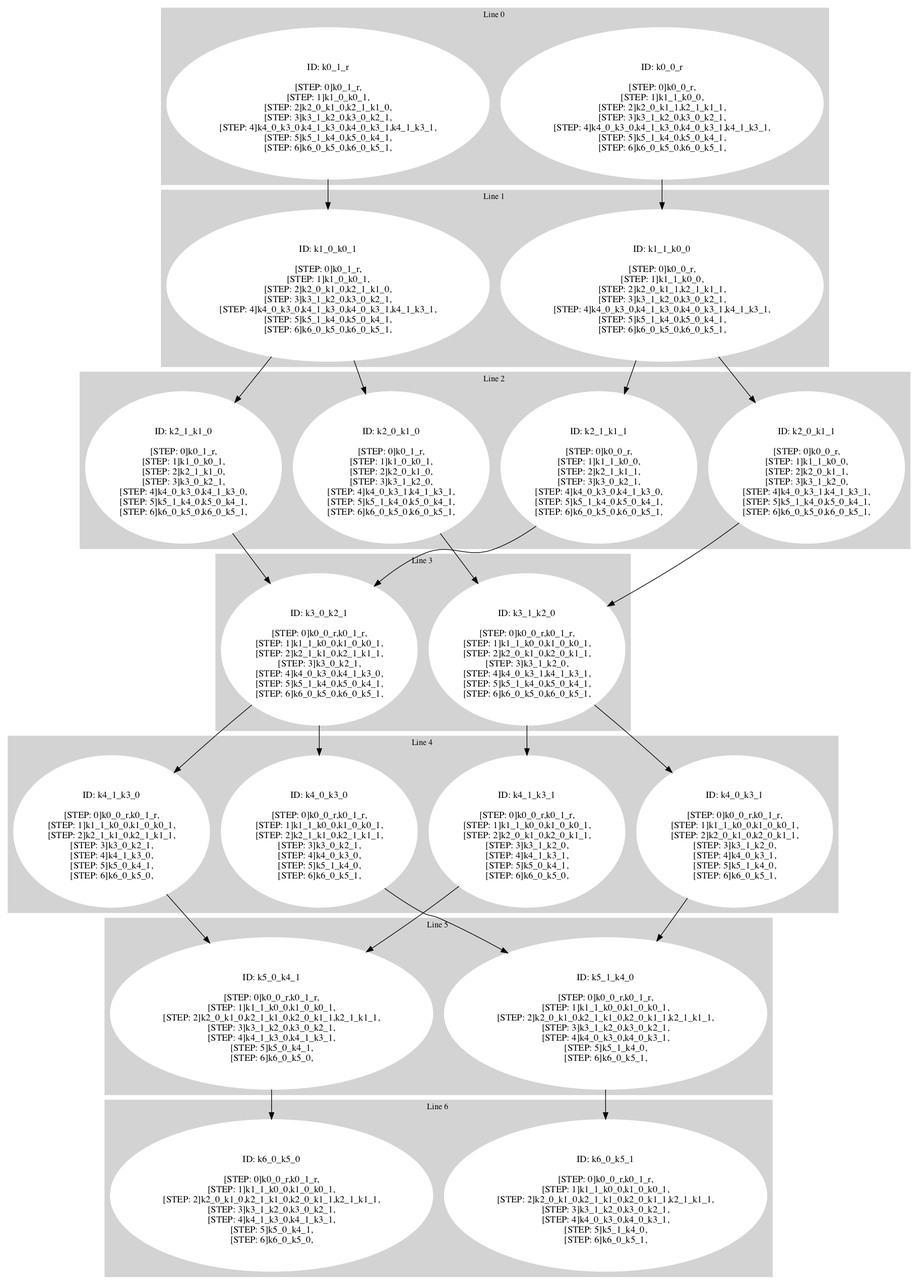
Above: test_visual/sat_machine_simple_init.png in ricardombiot/3sat_machine_original_rs (Graphviz), before the change. Its source is kept beside it as test_visual/sat_machine_simple_init.dot.
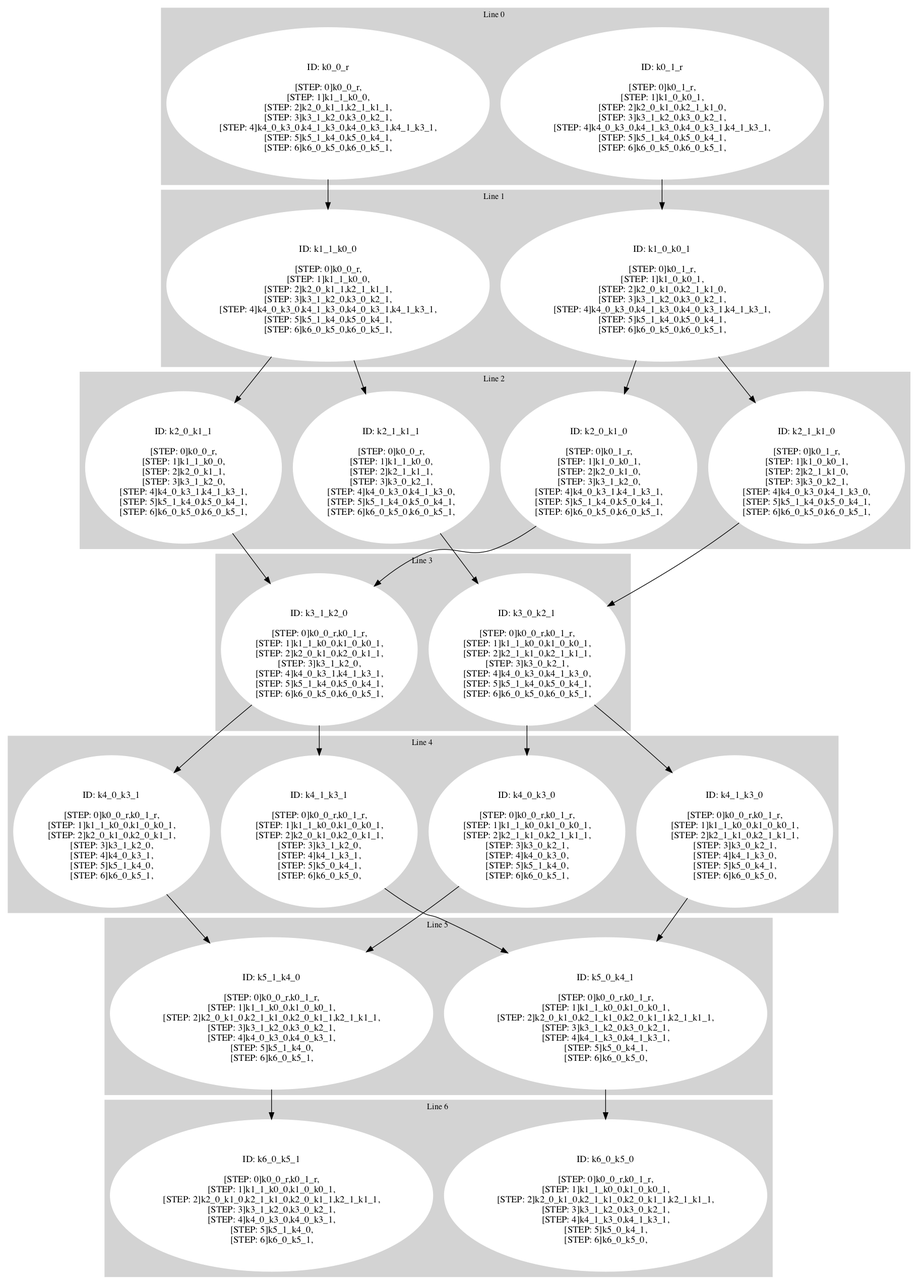
The same file after the commit.

Change to the diagram source:
```diff
@@ -4,18 +4,18 @@
  style=filled;
  color=lightgrey;
      node [style=filled,color=white];
-k0_0_r [label=<<BR /> ID: k0_0_r <BR /> <BR />
-[STEP: 0]k0_0_r,<BR />
-[STEP: 1]k1_1_k0_0,<BR />
-[STEP: 2]k2_0_k1_1,k2_1_k1_1,<BR />
+k0_1_r [label=<<BR /> ID: k0_1_r <BR /> <BR />
+[STEP: 0]k0_1_r,<BR />
+[STEP: 1]k1_0_k0_1,<BR />
+[STEP: 2]k2_0_k1_0,k2_1_k1_0,<BR />
 [STEP: 3]k3_1_k2_0,k3_0_k2_1,<BR />
 [STEP: 4]k4_0_k3_0,k4_1_k3_0,k4_0_k3_1,k4_1_k3_1,<BR />
 [STEP: 5]k5_1_k4_0,k5_0_k4_1,<BR />
 [STEP: 6]k6_0_k5_0,k6_0_k5_1,<BR />
->]k0_1_r [label=<<BR /> ID: k0_1_r <BR /> <BR />
-[STEP: 0]k0_1_r,<BR />
-[STEP: 1]k1_0_k0_1,<BR />
-[STEP: 2]k2_0_k1_0,k2_1_k1_0,<BR />
+>]k0_0_r [label=<<BR /> ID: k0_0_r <BR /> <BR />
+[STEP: 0]k0_0_r,<BR />
+[STEP: 1]k1_1_k0_0,<BR />
+[STEP: 2]k2_0_k1_1,k2_1_k1_1,<BR />
 [STEP: 3]k3_1_k2_0,k3_0_k2_1,<BR />
 [STEP: 4]k4_0_k3_0,k4_1_k3_0,k4_0_k3_1,k4_1_k3_1,<BR />
 [STEP: 5]k5_1_k4_0,k5_0_k4_1,<BR />
@@ -52,12 +52,12 @@
  style=filled;
  color=lightgrey;
      node [style=filled,color=white];
-k2_0_k1_1 [label=<<BR /> ID: k2_0_k1_1 <BR /> <BR />
+k2_1_k1_1 [label=<<BR /> ID: k2_1_k1_1 <BR /> <BR />
 [STEP: 0]k0_0_r,<BR />
 [STEP: 1]k1_1_k0_0,<BR />
-[STEP: 2]k2_0_k1_1,<BR />
-[STEP: 3]k3_1_k2_0,<BR />
-[STEP: 4]k4_0_k3_1,k4_1_k3_1,<BR />
+[STEP: 2]k2_1_k1_1,<BR />
+[STEP: 3]k3_0_k2_1,<BR />
+[STEP: 4]k4_0_k3_0,k4_1_k3_0,<BR />
 [STEP: 5]k5_1_k4_0,k5_0_k4_1,<BR />
 [STEP: 6]k6_0_k5_0,k6_0_k5_1,<BR />
 >]k2_0_k1_0 [label=<<BR /> ID: k2_0_k1_0 <BR /> <BR />
@@ -68,20 +68,20 @@
 [STEP: 4]k4_0_k3_1,k4_1_k3_1,<BR />
 [STEP: 5]k5_1_k4_0,k5_0_k4_1,<BR />
 [STEP: 6]k6_0_k5_0,k6_0_k5_1,<BR />
->]k2_1_k1_1 [label=<<BR /> ID: k2_1_k1_1 <BR /> <BR />
-[STEP: 0]k0_0_r,<BR />
-[STEP: 1]k1_1_k0_0,<BR />
-[STEP: 2]k2_1_k1_1,<BR />
-[STEP: 3]k3_0_k2_1,<BR />
-[STEP: 4]k4_0_k3_0,k4_1_k3_0,<BR />
-[STEP: 5]k5_1_k4_0,k5_0_k4_1,<BR />
-[STEP: 6]k6_0_k5_0,k6_0_k5_1,<BR />
 >]k2_1_k1_0 [label=<<BR /> ID: k2_1_k1_0 <BR /> <BR />
 [STEP: 0]k0_1_r,<BR />
 [STEP: 1]k1_0_k0_1,<BR />
 [STEP: 2]k2_1_k1_0,<BR />
 [STEP: 3]k3_0_k2_1,<BR />
 [STEP: 4]k4_0_k3_0,k4_1_k3_0,<BR />
+[STEP: 5]k5_1_k4_0,k5_0_k4_1,<BR />
+[STEP: 6]k6_0_k5_0,k6_0_k5_1,<BR />
+>]k2_0_k1_1 [label=<<BR /> ID: k2_0_k1_1 <BR /> <BR />
+[STEP: 0]k0_0_r,<BR />
+[STEP: 1]k1_1_k0_0,<BR />
+[STEP: 2]k2_0_k1_1,<BR />
+[STEP: 3]k3_1_k2_0,<BR />
+[STEP: 4]k4_0_k3_1,k4_1_k3_1,<BR />
 [STEP: 5]k5_1_k4_0,k5_0_k4_1,<BR />
 [STEP: 6]k6_0_k5_0,k6_0_k5_1,<BR />
 >]
@@ -92,20 +92,20 @@
  style=filled;
  color=lightgrey;
      node [style=filled,color=white];
-k3_1_k2_0 [label=<<BR /> ID: k3_1_k2_0 <BR /> <BR />
+k3_0_k2_1 [label=<<BR /> ID: k3_0_k2_1 <BR /> <BR />
+[STEP: 0]k0_0_r,k0_1_r,<BR />
+[STEP: 1]k1_1_k0_0,k1_0_k0_1,<BR />
+[STEP: 2]k2_1_k1_0,k2_1_k1_1,<BR />
+[STEP: 3]k3_0_k2_1,<BR />
+[STEP: 4]k4_0_k3_0,k4_1_k3_0,<BR />
+[STEP: 5]k5_1_k4_0,k5_0_k4_1,<BR />
+[STEP: 6]k6_0_k5_0,k6_0_k5_1,<BR />
+>]k3_1_k2_0 [label=<<BR /> ID: k3_1_k2_0 <BR /> <BR />
 [STEP: 0]k0_0_r,k0_1_r,<BR />
 [STEP: 1]k1_1_k0_0,k1_0_k0_1,<BR />
 [STEP: 2]k2_0_k1_0,k2_0_k1_1,<BR />
 [STEP: 3]k3_1_k2_0,<BR />
 [STEP: 4]k4_0_k3_1,k4_1_k3_1,<BR />
-[STEP: 5]k5_1_k4_0,k5_0_k4_1,<BR />
-[STEP: 6]k6_0_k5_0,k6_0_k5_1,<BR />
->]k3_0_k2_1 [label=<<BR /> ID: k3_0_k2_1 <BR /> <BR />
-[STEP: 0]k0_0_r,k0_1_r,<BR />
-[STEP: 1]k1_1_k0_0,k1_0_k0_1,<BR />
-[STEP: 2]k2_1_k1_0,k2_1_k1_1,<BR />
-[STEP: 3]k3_0_k2_1,<BR />
-[STEP: 4]k4_0_k3_0,k4_1_k3_0,<BR />
 [STEP: 5]k5_1_k4_0,k5_0_k4_1,<BR />
 [STEP: 6]k6_0_k5_0,k6_0_k5_1,<BR />
 >]
@@ -116,12 +116,12 @@
  style=filled;
  color=lightgrey;
      node [style=filled,color=white];
-k4_1_k3_0 [label=<<BR /> ID: k4_1_k3_0 <BR /> <BR />
+k4_1_k3_1 [label=<<BR /> ID: k4_1_k3_1 <BR /> <BR />
 [STEP: 0]k0_0_r,k0_1_r,<BR />
 [STEP: 1]k1_1_k0_0,k1_0_k0_1,<BR />
-[STEP: 2]k2_1_k1_0,k2_1_k1_1,<BR />
-[STEP: 3]k3_0_k2_1,<BR />
-[STEP: 4]k4_1_k3_0,<BR />
+[STEP: 2]k2_0_k1_0,k2_0_k1_1,<BR />
+[STEP: 3]k3_1_k2_0,<BR />
+[STEP: 4]k4_1_k3_1,<BR />
 [STEP: 5]k5_0_k4_1,<BR />
 [STEP: 6]k6_0_k5_0,<BR />
 >]k4_0_k3_1 [label=<<BR /> ID: k4_0_k3_1 <BR /> <BR />
@@ -132,12 +132,12 @@
 [STEP: 4]k4_0_k3_1,<BR />
 [STEP: 5]k5_1_k4_0,<BR />
 [STEP: 6]k6_0_k5_1,<BR />
->]k4_1_k3_1 [label=<<BR /> ID: k4_1_k3_1 <BR /> <BR />
+>]k4_1_k3_0 [label=<<BR /> ID: k4_1_k3_0 <BR /> <BR />
 [STEP: 0]k0_0_r,k0_1_r,<BR />
 [STEP: 1]k1_1_k0_0,k1_0_k0_1,<BR />
-[STEP: 2]k2_0_k1_0,k2_0_k1_1,<BR />
-[STEP: 3]k3_1_k2_0,<BR />
-[STEP: 4]k4_1_k3_1,<BR />
+[STEP: 2]k2_1_k1_0,k2_1_k1_1,<BR />
+[STEP: 3]k3_0_k2_1,<BR />
+[STEP: 4]k4_1_k3_0,<BR />
 [STEP: 5]k5_0_k4_1,<BR />
 [STEP: 6]k6_0_k5_0,<BR />
 >]k4_0_k3_0 [label=<<BR /> ID: k4_0_k3_0 <BR /> <BR />
@@ -156,7 +156,15 @@
  style=filled;
  color=lightgrey;
      node [style=filled,color=white];
-k5_1_k4_0 [label=<<BR /> ID: k5_1_k4_0 <BR /> <BR />
+k5_0_k4_1 [label=<<BR /> ID: k5_0_k4_1 <BR /> <BR />
+[STEP: 0]k0_0_r,k0_1_r,<BR />
+[STEP: 1]k1_1_k0_0,k1_0_k0_1,<BR />
+[STEP: 2]k2_0_k1_0,k2_1_k1_0,k2_0_k1_1,k2_1_k1_1,<BR />
+[STEP: 3]k3_1_k2_0,k3_0_k2_1,<BR />
+[STEP: 4]k4_1_k3_0,k4_1_k3_1,<BR />
+[STEP: 5]k5_0_k4_1,<BR />
+[STEP: 6]k6_0_k5_0,<BR />
+>]k5_1_k4_0 [label=<<BR /> ID: k5_1_k4_0 <BR /> <BR />
 [STEP: 0]k0_0_r,k0_1_r,<BR />
 [STEP: 1]k1_1_k0_0,k1_0_k0_1,<BR />
 [STEP: 2]k2_0_k1_0,k2_1_k1_0,k2_0_k1_1,k2_1_k1_1,<BR />
@@ -164,7 +172,23 @@
 [STEP: 4]k4_0_k3_0,k4_0_k3_1,<BR />
 [STEP: 5]k5_1_k4_0,<BR />
 [STEP: 6]k6_0_k5_1,<BR />
->]k5_0_k4_1 [label=<<BR /> ID: k5_0_k4_1 <BR /> <BR />
+>]
+     fontsize="12"
+     label = "Line 5 "
+ }
+subgraph cluster_line_6 {
+ style=filled;
+ color=lightgrey;
+     node [style=filled,color=white];
+k6_0_k5_1 [label=<<BR /> ID: k6_0_k5_1 <BR /> <BR />
+[STEP: 0]k0_0_r,k0_1_r,<BR />
+[STEP: 1]k1_1_k0_0,k1_0_k0_1,<BR />
+[STEP: 2]k2_0_k1_0,k2_1_k1_0,k2_0_k1_1,k2_1_k1_1,<BR />
+[STEP: 3]k3_1_k2_0,k3_0_k2_1,<BR />
+[STEP: 4]k4_0_k3_0,k4_0_k3_1,<BR />
+[STEP: 5]k5_1_k4_0,<BR />
+[STEP: 6]k6_0_k5_1,<BR />
+>]k6_0_k5_0 [label=<<BR /> ID: k6_0_k5_0 <BR /> <BR />
 [STEP: 0]k0_0_r,k0_1_r,<BR />
 [STEP: 1]k1_1_k0_0,k1_0_k0_1,<BR />
 [STEP: 2]k2_0_k1_0,k2_1_k1_0,k2_0_k1_1,k2_1_k1_1,<BR />
@@ -174,50 +198,26 @@
 [STEP: 6]k6_0_k5_0,<BR />
 >]
      fontsize="12"
-     label = "Line 5 "
- }
-subgraph cluster_line_6 {
- style=filled;
- color=lightgrey;
-     node [style=filled,color=white];
-k6_0_k5_0 [label=<<BR /> ID: k6_0_k5_0 <BR /> <BR />
-[STEP: 0]k0_0_r,k0_1_r,<BR />
-[STEP: 1]k1_1_k0_0,k1_0_k0_1,<BR />
-[STEP: 2]k2_0_k1_0,k2_1_k1_0,k2_0_k1_1,k2_1_k1_1,<BR />
-[STEP: 3]k3_1_k2_0,k3_0_k2_1,<BR />
-[STEP: 4]k4_1_k3_0,k4_1_k3_1,<BR />
-[STEP: 5]k5_0_k4_1,<BR />
-[STEP: 6]k6_0_k5_0,<BR />
->]k6_0_k5_1 [label=<<BR /> ID: k6_0_k5_1 <BR /> <BR />
-[STEP: 0]k0_0_r,k0_1_r,<BR />
-[STEP: 1]k1_1_k0_0,k1_0_k0_1,<BR />
-[STEP: 2]k2_0_k1_0,k2_1_k1_0,k2_0_k1_1,k2_1_k1_1,<BR />
-[STEP: 3]k3_1_k2_0,k3_0_k2_1,<BR />
-[STEP: 4]k4_0_k3_0,k4_0_k3_1,<BR />
-[STEP: 5]k5_1_k4_0,<BR />
-[STEP: 6]k6_0_k5_1,<BR />
->]
-     fontsize="12"
      label = "Line 6 "
  }
+k0_1_r -> k1_0_k0_1
 k0_0_r -> k1_1_k0_0
-k0_1_r -> k1_0_k0_1
 k1_1_k0_0 -> k2_1_k1_1
 k1_1_k0_0 -> k2_0_k1_1
+k1_0_k0_1 -> k2_1_k1_0
 k1_0_k0_1 -> k2_0_k1_0
-k1_0_k0_1 -> k2_1_k1_0
+k2_1_k1_1 -> k3_0_k2_1
+k2_0_k1_0 -> k3_1_k2_0
+k2_1_k1_0 -> k3_0_k2_1
 k2_0_k1_1 -> k3_1_k2_0
-k2_0_k1_0 -> k3_1_k2_0
-k2_1_k1_1 -> k3_0_k2_1
-k2_1_k1_0 -> k3_0_k2_1
+k3_0_k2_1 -> k4_1_k3_0
+k3_0_k2_1 -> k4_0_k3_0
 k3_1_k2_0 -> k4_0_k3_1
 k3_1_k2_0 -> k4_1_k3_1
-k3_0_k2_1 -> k4_0_k3_0
-k3_0_k2_1 -> k4_1_k3_0
+k4_1_k3_1 -> k5_0_k4_1
+k4_0_k3_1 -> k5_1_k4_0
 k4_1_k3_0 -> k5_0_k4_1
-k4_0_k3_1 -> k5_1_k4_0
-k4_1_k3_1 -> k5_0_k4_1
 k4_0_k3_0 -> k5_1_k4_0
+k5_0_k4_1 -> k6_0_k5_0
 k5_1_k4_0 -> k6_0_k5_1
-k5_0_k4_1 -> k6_0_k5_0
 }
```
